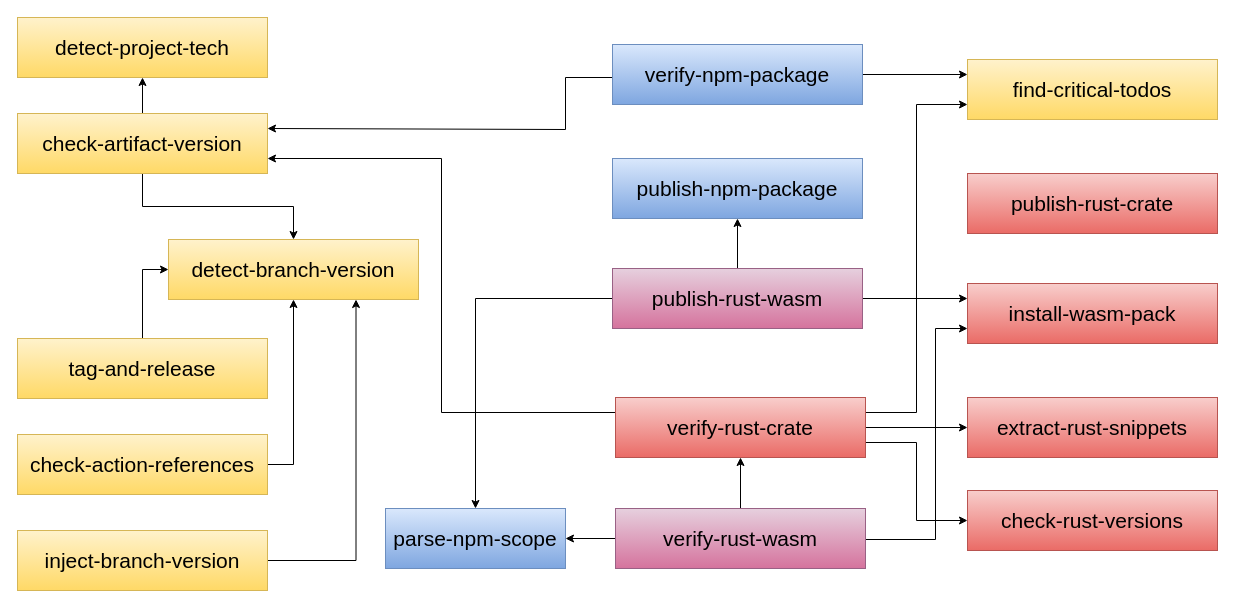
Above: docs/schema.drawio in giancosta86/aurora-github (draw.io), before the change. Source tidied: cells renumbered, new cells numbered last; positions are measured from the earlier drawing's top-left corner, leaving out a move shared by most shapes. Both pictures are drawn from the tidied source at 100%, with x=0, y=0 at pixel (17, 17).
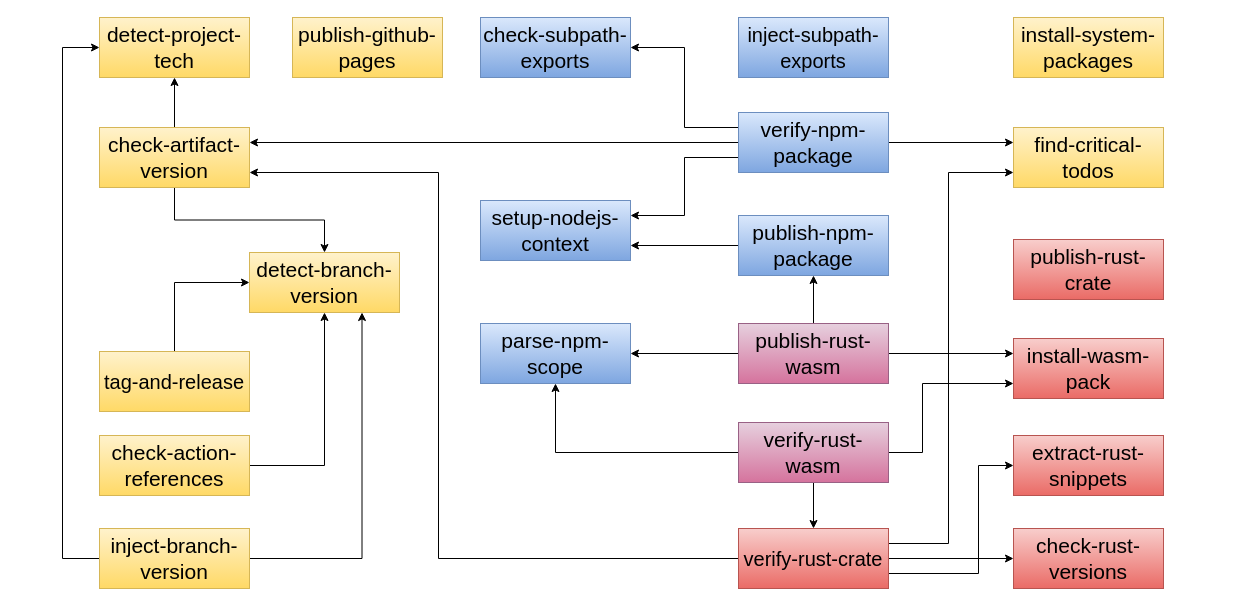
The same page after the edit.

What changed in the source:
```diff
@@
     <mxCell id="2" value="&lt;font color=&quot;#000000&quot; style=&quot;font-size: 21px;&quot;&gt;detect-project-tech&lt;/font&gt;" style="rounded=0;whiteSpace=wrap;html=1;fillColor=#fff2cc;gradientColor=#ffd966;strokeColor=#d6b656;fontSize=21;" parent="1" vertex="1">
-      <mxGeometry width="250" height="60" as="geometry" />
+      <mxGeometry x="82" width="150" height="60" as="geometry" />
     </mxCell>
     <mxCell id="3" value="&lt;font color=&quot;#000000&quot; style=&quot;font-size: 21px;&quot;&gt;install-wasm-pack&lt;/font&gt;" style="rounded=0;whiteSpace=wrap;html=1;fillColor=#f8cecc;gradientColor=#ea6b66;strokeColor=#b85450;fontSize=21;" parent="1" vertex="1">
-      <mxGeometry x="950" y="266" width="250" height="60" as="geometry" />
+      <mxGeometry x="996" y="321" width="150" height="60" as="geometry" />
     </mxCell>
     <mxCell id="4" value="&lt;font color=&quot;#000000&quot; style=&quot;font-size: 21px;&quot;&gt;check-rust-versions&lt;/font&gt;" style="rounded=0;whiteSpace=wrap;html=1;fillColor=#f8cecc;gradientColor=#ea6b66;strokeColor=#b85450;fontSize=21;" parent="1" vertex="1">
-      <mxGeometry x="950" y="473" width="250" height="60" as="geometry" />
+      <mxGeometry x="996" y="511" width="150" height="60" as="geometry" />
     </mxCell>
     <mxCell id="5" value="&lt;font color=&quot;#000000&quot; style=&quot;font-size: 21px;&quot;&gt;detect-branch-version&lt;/font&gt;" style="rounded=0;whiteSpace=wrap;html=1;fillColor=#fff2cc;gradientColor=#ffd966;strokeColor=#d6b656;fontSize=21;" parent="1" vertex="1">
-      <mxGeometry x="151" y="222" width="250" height="60" as="geometry" />
+      <mxGeometry x="232" y="235" width="150" height="60" as="geometry" />
     </mxCell>
@@
     <mxCell id="8" value="&lt;font color=&quot;#000000&quot; style=&quot;font-size: 21px;&quot;&gt;check-artifact-version&lt;/font&gt;" style="rounded=0;whiteSpace=wrap;html=1;fillColor=#fff2cc;gradientColor=#ffd966;strokeColor=#d6b656;fontSize=21;" parent="1" vertex="1">
-      <mxGeometry y="96" width="250" height="60" as="geometry" />
+      <mxGeometry x="82" y="110" width="150" height="60" as="geometry" />
     </mxCell>
@@
-    <mxCell id="10" value="&lt;font color=&quot;#000000&quot; style=&quot;font-size: 21px;&quot;&gt;tag-and-release&lt;/font&gt;" style="rounded=0;whiteSpace=wrap;html=1;fillColor=#fff2cc;gradientColor=#ffd966;strokeColor=#d6b656;fontSize=21;" parent="1" vertex="1">
-      <mxGeometry y="321" width="250" height="60" as="geometry" />
+    <mxCell id="10" value="&lt;font color=&quot;#000000&quot; style=&quot;font-size: 20px;&quot;&gt;tag-and-release&lt;/font&gt;" style="rounded=0;whiteSpace=wrap;html=1;fillColor=#fff2cc;gradientColor=#ffd966;strokeColor=#d6b656;fontSize=21;" parent="1" vertex="1">
+      <mxGeometry x="82" y="334" width="150" height="60" as="geometry" />
     </mxCell>
-    <mxCell id="11" style="edgeStyle=orthogonalEdgeStyle;rounded=0;jettySize=auto;html=1;exitX=0;exitY=0.25;exitDx=0;exitDy=0;entryX=1;entryY=0.75;entryDx=0;entryDy=0;" parent="1" edge="1" source="15" target="8">
-      <mxGeometry relative="1" as="geometry" />
+    <mxCell id="11" style="edgeStyle=orthogonalEdgeStyle;rounded=0;jettySize=auto;html=1;exitX=0;exitY=0.5;exitDx=0;exitDy=0;entryX=1;entryY=0.75;entryDx=0;entryDy=0;" parent="1" edge="1" source="15" target="8">
+      <mxGeometry relative="1" as="geometry">
+        <Array as="points">
+          <mxPoint x="421" y="541" />
+          <mxPoint x="421" y="155" />
+        </Array>
+      </mxGeometry>
     </mxCell>
     <mxCell id="12" style="edgeStyle=orthogonalEdgeStyle;rounded=0;jettySize=auto;html=1;exitX=1;exitY=0.25;exitDx=0;exitDy=0;entryX=0;entryY=0.75;entryDx=0;entryDy=0;" parent="1" edge="1" source="15" target="33">
-      <mxGeometry relative="1" as="geometry" />
+      <mxGeometry relative="1" as="geometry">
+        <Array as="points">
+          <mxPoint x="931" y="526" />
+          <mxPoint x="931" y="155" />
+        </Array>
+      </mxGeometry>
     </mxCell>
+    <mxCell id="14" style="edgeStyle=orthogonalEdgeStyle;rounded=0;jettySize=auto;html=1;exitX=1;exitY=0.5;exitDx=0;exitDy=0;entryX=0;entryY=0.5;entryDx=0;entryDy=0;" parent="1" edge="1" source="15" target="4">
+      <mxGeometry relative="1" as="geometry" />
+    </mxCell>
-    <mxCell id="13" style="edgeStyle=orthogonalEdgeStyle;rounded=0;jettySize=auto;html=1;exitX=1;exitY=0.5;exitDx=0;exitDy=0;entryX=0;entryY=0.5;entryDx=0;entryDy=0;" parent="1" edge="1" source="15" target="34">
-      <mxGeometry relative="1" as="geometry" />
+    <mxCell id="13" style="edgeStyle=orthogonalEdgeStyle;rounded=0;jettySize=auto;html=1;exitX=1;exitY=0.75;exitDx=0;exitDy=0;entryX=0;entryY=0.5;entryDx=0;entryDy=0;" parent="1" edge="1" source="15" target="34">
+      <mxGeometry relative="1" as="geometry">
+        <Array as="points">
+          <mxPoint x="961" y="556" />
+          <mxPoint x="961" y="448" />
+        </Array>
+      </mxGeometry>
     </mxCell>
-    <mxCell id="14" style="edgeStyle=orthogonalEdgeStyle;rounded=0;jettySize=auto;html=1;exitX=1;exitY=0.75;exitDx=0;exitDy=0;entryX=0;entryY=0.5;entryDx=0;entryDy=0;" parent="1" edge="1" source="15" target="4">
-      <mxGeometry relative="1" as="geometry" />
-    </mxCell>
-    <mxCell id="15" value="&lt;span style=&quot;color: rgb(0, 0, 0);&quot;&gt;verify&lt;/span&gt;&lt;font color=&quot;#000000&quot; style=&quot;font-size: 21px;&quot;&gt;-rust-crate&lt;/font&gt;" style="rounded=0;whiteSpace=wrap;html=1;fillColor=#f8cecc;gradientColor=#ea6b66;strokeColor=#b85450;fontSize=21;" parent="1" vertex="1">
-      <mxGeometry x="598" y="380" width="250" height="60" as="geometry" />
+    <mxCell id="15" value="&lt;font style=&quot;font-size: 20px;&quot;&gt;&lt;span style=&quot;color: rgb(0, 0, 0);&quot;&gt;verify&lt;/span&gt;&lt;font color=&quot;#000000&quot; style=&quot;font-size: 20px;&quot;&gt;-rust-crate&lt;/font&gt;&lt;/font&gt;" style="rounded=0;whiteSpace=wrap;html=1;fillColor=#f8cecc;gradientColor=#ea6b66;strokeColor=#b85450;fontSize=21;" parent="1" vertex="1">
+      <mxGeometry x="721" y="511" width="150" height="60" as="geometry" />
     </mxCell>
     <mxCell id="16" value="&lt;font color=&quot;#000000&quot; style=&quot;font-size: 21px;&quot;&gt;publish-rust-crate&lt;/font&gt;" style="rounded=0;whiteSpace=wrap;html=1;fillColor=#f8cecc;gradientColor=#ea6b66;strokeColor=#b85450;fontSize=21;" parent="1" vertex="1">
-      <mxGeometry x="950" y="156" width="250" height="60" as="geometry" />
+      <mxGeometry x="996" y="222" width="150" height="60" as="geometry" />
     </mxCell>
+    <mxCell id="18" style="edgeStyle=orthogonalEdgeStyle;rounded=0;jettySize=auto;html=1;exitX=1;exitY=0.5;exitDx=0;exitDy=0;entryX=0;entryY=0.25;entryDx=0;entryDy=0;" parent="1" edge="1" source="19" target="33">
+      <mxGeometry relative="1" as="geometry" />
+    </mxCell>
-    <mxCell id="17" style="edgeStyle=orthogonalEdgeStyle;rounded=0;jettySize=auto;html=1;fontSize=17;entryX=1;entryY=0.25;entryDx=0;entryDy=0;" parent="1" edge="1" source="19" target="8">
-      <mxGeometry relative="1" as="geometry">
-        <Array as="points">
-          <mxPoint x="548" y="60" />
-          <mxPoint x="548" y="112" />
-        </Array>
-      </mxGeometry>
+    <mxCell id="17" style="edgeStyle=orthogonalEdgeStyle;rounded=0;jettySize=auto;html=1;exitX=0;exitY=0.5;exitDx=0;exitDy=0;entryX=1;entryY=0.25;entryDx=0;entryDy=0;" parent="1" edge="1" source="19" target="8">
+      <mxGeometry relative="1" as="geometry" />
     </mxCell>
-    <mxCell id="18" style="edgeStyle=orthogonalEdgeStyle;rounded=0;jettySize=auto;html=1;exitX=1;exitY=0.5;exitDx=0;exitDy=0;entryX=0;entryY=0.25;entryDx=0;entryDy=0;" parent="1" edge="1" source="19" target="33">
-      <mxGeometry relative="1" as="geometry" />
-    </mxCell>
+    <mxCell id="36" style="edgeStyle=orthogonalEdgeStyle;rounded=0;jettySize=auto;html=1;exitX=0;exitY=0.25;exitDx=0;exitDy=0;entryX=1;entryY=0.5;entryDx=0;entryDy=0;" parent="1" edge="1" source="19" target="42">
+      <mxGeometry relative="1" as="geometry" />
+    </mxCell>
+    <mxCell id="37" style="edgeStyle=orthogonalEdgeStyle;rounded=0;jettySize=auto;html=1;exitX=0;exitY=0.75;exitDx=0;exitDy=0;entryX=1;entryY=0.25;entryDx=0;entryDy=0;" parent="1" edge="1" source="19" target="43">
+      <mxGeometry relative="1" as="geometry" />
+    </mxCell>
     <mxCell id="19" value="&lt;span style=&quot;color: rgb(0, 0, 0);&quot;&gt;verify&lt;/span&gt;&lt;font color=&quot;#000000&quot; style=&quot;font-size: 21px;&quot;&gt;-npm-package&lt;/font&gt;" style="rounded=0;whiteSpace=wrap;html=1;fillColor=#dae8fc;gradientColor=#7ea6e0;strokeColor=#6c8ebf;fontSize=21;" parent="1" vertex="1">
-      <mxGeometry x="595" y="27" width="250" height="60" as="geometry" />
+      <mxGeometry x="721" y="95" width="150" height="60" as="geometry" />
     </mxCell>
+    <mxCell id="38" style="edgeStyle=orthogonalEdgeStyle;rounded=0;jettySize=auto;html=1;exitX=0;exitY=0.5;exitDx=0;exitDy=0;entryX=1;entryY=0.75;entryDx=0;entryDy=0;" parent="1" edge="1" source="20" target="43">
+      <mxGeometry relative="1" as="geometry" />
+    </mxCell>
     <mxCell id="20" value="&lt;font color=&quot;#000000&quot; style=&quot;font-size: 21px;&quot;&gt;publish-npm-package&lt;/font&gt;" style="rounded=0;whiteSpace=wrap;html=1;fillColor=#dae8fc;gradientColor=#7ea6e0;strokeColor=#6c8ebf;fontSize=21;" parent="1" vertex="1">
-      <mxGeometry x="595" y="141" width="250" height="60" as="geometry" />
+      <mxGeometry x="721" y="198" width="150" height="60" as="geometry" />
     </mxCell>
+    <mxCell id="22" style="edgeStyle=orthogonalEdgeStyle;rounded=0;jettySize=auto;html=1;exitX=0;exitY=0.5;exitDx=0;exitDy=0;entryX=0.5;entryY=1;entryDx=0;entryDy=0;" parent="1" edge="1" source="24" target="35">
+      <mxGeometry relative="1" as="geometry" />
+    </mxCell>
-    <mxCell id="21" style="edgeStyle=orthogonalEdgeStyle;rounded=0;jettySize=auto;html=1;exitX=0.5;exitY=0;exitDx=0;exitDy=0;entryX=0.5;entryY=1;entryDx=0;entryDy=0;" parent="1" edge="1" source="24" target="15">
+    <mxCell id="21" style="edgeStyle=orthogonalEdgeStyle;rounded=0;jettySize=auto;html=1;exitX=0.5;exitY=1;exitDx=0;exitDy=0;entryX=0.5;entryY=0;entryDx=0;entryDy=0;" parent="1" edge="1" source="24" target="15">
       <mxGeometry relative="1" as="geometry" />
     </mxCell>
-    <mxCell id="22" style="edgeStyle=orthogonalEdgeStyle;rounded=0;jettySize=auto;html=1;exitX=0;exitY=0.5;exitDx=0;exitDy=0;entryX=1;entryY=0.5;entryDx=0;entryDy=0;" parent="1" edge="1" source="24" target="35">
-      <mxGeometry relative="1" as="geometry" />
-    </mxCell>
     <mxCell id="23" style="edgeStyle=orthogonalEdgeStyle;rounded=0;jettySize=auto;html=1;exitX=1;exitY=0.5;exitDx=0;exitDy=0;entryX=0;entryY=0.75;entryDx=0;entryDy=0;" parent="1" edge="1" source="24" target="3">
       <mxGeometry relative="1" as="geometry">
         <Array as="points">
-          <mxPoint x="918" y="522" />
-          <mxPoint x="918" y="311" />
+          <mxPoint x="905" y="435" />
+          <mxPoint x="905" y="366" />
         </Array>
       </mxGeometry>
     </mxCell>
     <mxCell id="24" value="&lt;font color=&quot;#000000&quot; style=&quot;font-size: 21px;&quot;&gt;verify-rust-wasm&lt;/font&gt;" style="rounded=0;whiteSpace=wrap;html=1;fillColor=#e6d0de;strokeColor=#996185;gradientColor=#d5739d;fontSize=21;" parent="1" vertex="1">
-      <mxGeometry x="598" y="491" width="250" height="60" as="geometry" />
+      <mxGeometry x="721" y="405" width="150" height="60" as="geometry" />
     </mxCell>
@@
     <mxCell id="26" value="&lt;font color=&quot;#000000&quot; style=&quot;font-size: 21px;&quot;&gt;check-action-references&lt;/font&gt;" style="rounded=0;whiteSpace=wrap;html=1;fillColor=#fff2cc;strokeColor=#d6b656;fontSize=21;gradientColor=#ffd966;" parent="1" vertex="1">
-      <mxGeometry y="417" width="250" height="60" as="geometry" />
+      <mxGeometry x="82" y="418" width="150" height="60" as="geometry" />
     </mxCell>
@@
-    <mxCell id="29" style="edgeStyle=orthogonalEdgeStyle;rounded=0;jettySize=auto;html=1;exitX=0;exitY=0.5;exitDx=0;exitDy=0;entryX=0.5;entryY=0;entryDx=0;entryDy=0;" parent="1" edge="1" source="30" target="35">
+    <mxCell id="29" style="edgeStyle=orthogonalEdgeStyle;rounded=0;jettySize=auto;html=1;exitX=0;exitY=0.5;exitDx=0;exitDy=0;entryX=1;entryY=0.5;entryDx=0;entryDy=0;" parent="1" edge="1" source="30" target="35">
       <mxGeometry relative="1" as="geometry" />
     </mxCell>
     <mxCell id="30" value="&lt;font color=&quot;#000000&quot; style=&quot;font-size: 21px;&quot;&gt;publish-rust-wasm&lt;/font&gt;" style="rounded=0;whiteSpace=wrap;html=1;fillColor=#e6d0de;strokeColor=#996185;gradientColor=#d5739d;fontSize=21;" parent="1" vertex="1">
-      <mxGeometry x="595" y="251" width="250" height="60" as="geometry" />
+      <mxGeometry x="721" y="306" width="150" height="60" as="geometry" />
     </mxCell>
@@
+    <mxCell id="39" style="edgeStyle=orthogonalEdgeStyle;rounded=0;jettySize=auto;html=1;exitX=0;exitY=0.5;exitDx=0;exitDy=0;entryX=0;entryY=0.5;entryDx=0;entryDy=0;" parent="1" edge="1" source="32" target="2">
+      <mxGeometry relative="1" as="geometry">
+        <Array as="points">
+          <mxPoint x="45" y="541" />
+          <mxPoint x="45" y="30" />
+        </Array>
+      </mxGeometry>
+    </mxCell>
     <mxCell id="32" value="&lt;font color=&quot;#000000&quot; style=&quot;font-size: 21px;&quot;&gt;inject-branch-version&lt;/font&gt;" style="rounded=0;whiteSpace=wrap;html=1;fillColor=#fff2cc;strokeColor=#d6b656;fontSize=21;gradientColor=#ffd966;" parent="1" vertex="1">
-      <mxGeometry y="513" width="250" height="60" as="geometry" />
+      <mxGeometry x="82" y="511" width="150" height="60" as="geometry" />
     </mxCell>
     <mxCell id="33" value="&lt;font color=&quot;#000000&quot; style=&quot;font-size: 21px;&quot;&gt;find-critical-todos&lt;/font&gt;" style="rounded=0;whiteSpace=wrap;html=1;fillColor=#fff2cc;gradientColor=#ffd966;strokeColor=#d6b656;fontSize=21;" parent="1" vertex="1">
-      <mxGeometry x="950" y="42" width="250" height="60" as="geometry" />
+      <mxGeometry x="996" y="110" width="150" height="60" as="geometry" />
     </mxCell>
     <mxCell id="34" value="&lt;font color=&quot;#000000&quot; style=&quot;font-size: 21px;&quot;&gt;extract-rust-snippets&lt;/font&gt;" style="rounded=0;whiteSpace=wrap;html=1;fillColor=#f8cecc;gradientColor=#ea6b66;strokeColor=#b85450;fontSize=21;" parent="1" vertex="1">
-      <mxGeometry x="950" y="380" width="250" height="60" as="geometry" />
+      <mxGeometry x="996" y="418" width="150" height="60" as="geometry" />
     </mxCell>
     <mxCell id="35" value="&lt;font color=&quot;#000000&quot; style=&quot;font-size: 21px;&quot;&gt;parse-npm-scope&lt;/font&gt;" style="rounded=0;whiteSpace=wrap;html=1;fillColor=#dae8fc;gradientColor=#7ea6e0;strokeColor=#6c8ebf;fontSize=21;" parent="1" vertex="1">
-      <mxGeometry x="368" y="491" width="180" height="60" as="geometry" />
+      <mxGeometry x="463" y="306" width="150" height="60" as="geometry" />
     </mxCell>
+    <mxCell id="40" value="&lt;font color=&quot;#000000&quot; style=&quot;font-size: 21px;&quot;&gt;install-system-packages&lt;/font&gt;" style="rounded=0;whiteSpace=wrap;html=1;fillColor=#fff2cc;gradientColor=#ffd966;strokeColor=#d6b656;fontSize=21;rotation=0;" parent="1" vertex="1">
+      <mxGeometry x="996" width="150" height="60" as="geometry" />
+    </mxCell>
+    <mxCell id="41" value="&lt;font style=&quot;font-size: 20px;&quot; color=&quot;#000000&quot;&gt;inject-subpath-exports&lt;/font&gt;" style="rounded=0;whiteSpace=wrap;html=1;fillColor=#dae8fc;gradientColor=#7ea6e0;strokeColor=#6c8ebf;fontSize=21;" parent="1" vertex="1">
+      <mxGeometry x="721" width="150" height="60" as="geometry" />
+    </mxCell>
+    <mxCell id="42" value="&lt;font color=&quot;#000000&quot;&gt;check-subpath-exports&lt;/font&gt;" style="rounded=0;whiteSpace=wrap;html=1;fillColor=#dae8fc;gradientColor=#7ea6e0;strokeColor=#6c8ebf;fontSize=21;" parent="1" vertex="1">
+      <mxGeometry x="463" width="150" height="60" as="geometry" />
+    </mxCell>
+    <mxCell id="43" value="&lt;font color=&quot;#000000&quot; style=&quot;font-size: 21px;&quot;&gt;setup-nodejs-context&lt;/font&gt;" style="rounded=0;whiteSpace=wrap;html=1;fillColor=#dae8fc;gradientColor=#7ea6e0;strokeColor=#6c8ebf;fontSize=21;" parent="1" vertex="1">
+      <mxGeometry x="463" y="183" width="150" height="60" as="geometry" />
+    </mxCell>
+    <mxCell id="44" value="&lt;font color=&quot;#000000&quot; style=&quot;font-size: 21px;&quot;&gt;publish-github-pages&lt;/font&gt;" style="rounded=0;whiteSpace=wrap;html=1;fillColor=#fff2cc;gradientColor=#ffd966;strokeColor=#d6b656;fontSize=21;" parent="1" vertex="1">
+      <mxGeometry x="275" width="150" height="60" as="geometry" />
+    </mxCell>
```
